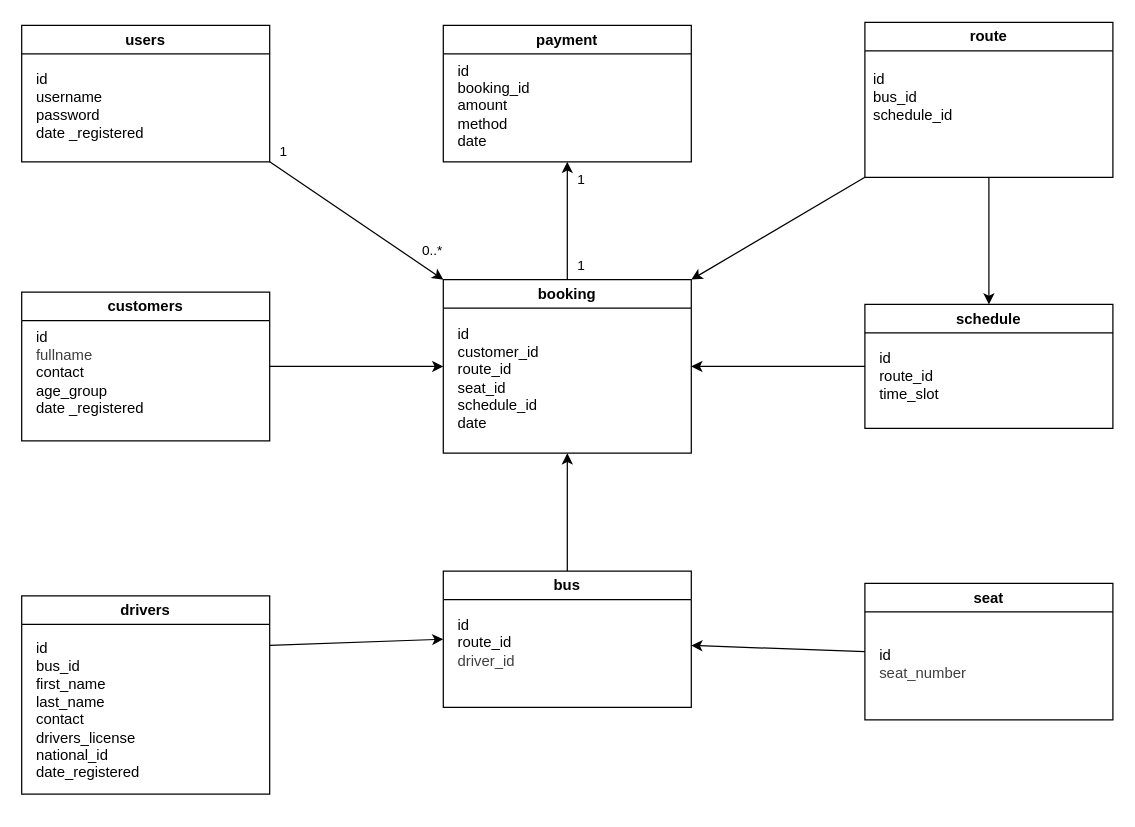
Before: models/fastlane_class_diagram.drawio in Vanessa-176/fastlane, a draw.io diagram. Source tidied: cells renumbered, new cells numbered last; positions are measured from the earlier drawing's top-left corner, leaving out a move shared by most shapes. Both pictures are drawn from the tidied source at 124%, with x=0, y=0 at pixel (21, 22).
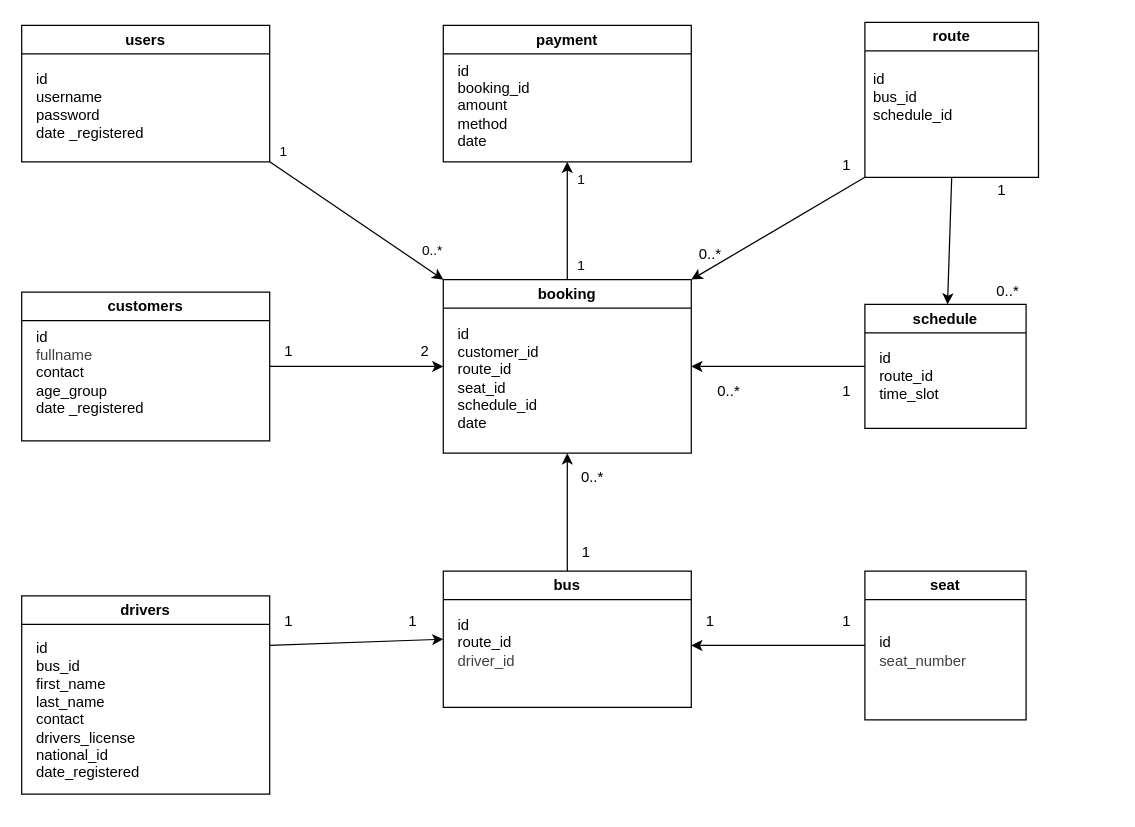
The same page after the edit.

Commit message:
refactor: adjust layout and positioning in fastlane class diagram

Diff of the diagram source:
```diff
@@
     <mxCell id="18" value="schedule" style="swimlane;whiteSpace=wrap;html=1;" parent="1" vertex="1">
-      <mxGeometry x="680" y="227" width="200" height="100" as="geometry" />
+      <mxGeometry x="680" y="227" width="130" height="100" as="geometry" />
     </mxCell>
@@
     <mxCell id="22" value="route" style="swimlane;whiteSpace=wrap;html=1;" parent="1" vertex="1">
-      <mxGeometry x="680" y="-0.5" width="200" height="125" as="geometry" />
+      <mxGeometry x="680" y="-0.5" width="140" height="125" as="geometry" />
     </mxCell>
@@
     <mxCell id="31" value="seat" style="swimlane;whiteSpace=wrap;html=1;" parent="1" vertex="1">
-      <mxGeometry x="680" y="452" width="200" height="110" as="geometry" />
+      <mxGeometry x="680" y="442" width="130" height="120" as="geometry" />
     </mxCell>
@@
+    <mxCell id="33" value="0..*" style="text;html=1;align=center;verticalAlign=middle;strokeColor=none;fillColor=none;" parent="1" vertex="1">
+      <mxGeometry x="535" y="172" width="40" height="30" as="geometry" />
+    </mxCell>
+    <mxCell id="34" value="1" style="text;html=1;align=center;verticalAlign=middle;strokeColor=none;fillColor=none;" parent="1" vertex="1">
+      <mxGeometry x="650" y="100" width="30" height="30" as="geometry" />
+    </mxCell>
+    <mxCell id="35" value="1" style="text;html=1;align=center;verticalAlign=middle;strokeColor=none;fillColor=none;" parent="1" vertex="1">
+      <mxGeometry x="775" y="120" width="30" height="30" as="geometry" />
+    </mxCell>
+    <mxCell id="36" value="0..*" style="text;html=1;align=center;verticalAlign=middle;strokeColor=none;fillColor=none;" parent="1" vertex="1">
+      <mxGeometry x="775" y="202" width="40" height="30" as="geometry" />
+    </mxCell>
+    <mxCell id="37" value="1" style="text;html=1;align=center;verticalAlign=middle;strokeColor=none;fillColor=none;" parent="1" vertex="1">
+      <mxGeometry x="650" y="282" width="30" height="30" as="geometry" />
+    </mxCell>
+    <mxCell id="38" value="0..*" style="text;html=1;align=center;verticalAlign=middle;strokeColor=none;fillColor=none;" parent="1" vertex="1">
+      <mxGeometry x="550" y="282" width="40" height="30" as="geometry" />
+    </mxCell>
+    <mxCell id="39" value="1" style="text;html=1;align=center;verticalAlign=middle;strokeColor=none;fillColor=none;" parent="1" vertex="1">
+      <mxGeometry x="440" y="412" width="30" height="30" as="geometry" />
+    </mxCell>
+    <mxCell id="40" value="0..*" style="text;html=1;align=center;verticalAlign=middle;strokeColor=none;fillColor=none;" parent="1" vertex="1">
+      <mxGeometry x="440" y="352" width="40" height="30" as="geometry" />
+    </mxCell>
+    <mxCell id="41" value="1" style="text;html=1;align=center;verticalAlign=middle;strokeColor=none;fillColor=none;" parent="1" vertex="1">
+      <mxGeometry x="650" y="467.5" width="30" height="30" as="geometry" />
+    </mxCell>
+    <mxCell id="42" value="1" style="text;html=1;align=center;verticalAlign=middle;strokeColor=none;fillColor=none;" parent="1" vertex="1">
+      <mxGeometry x="540" y="467.5" width="30" height="30" as="geometry" />
+    </mxCell>
+    <mxCell id="43" value="1" style="text;html=1;align=center;verticalAlign=middle;strokeColor=none;fillColor=none;" parent="1" vertex="1">
+      <mxGeometry x="300" y="467.5" width="30" height="30" as="geometry" />
+    </mxCell>
+    <mxCell id="44" value="1" style="text;html=1;align=center;verticalAlign=middle;strokeColor=none;fillColor=none;" parent="1" vertex="1">
+      <mxGeometry x="200" y="467.5" width="30" height="30" as="geometry" />
+    </mxCell>
+    <mxCell id="45" value="1" style="text;html=1;align=center;verticalAlign=middle;strokeColor=none;fillColor=none;" parent="1" vertex="1">
+      <mxGeometry x="200" y="249.5" width="30" height="30" as="geometry" />
+    </mxCell>
+    <mxCell id="46" value="2" style="text;html=1;align=center;verticalAlign=middle;strokeColor=none;fillColor=none;" parent="1" vertex="1">
+      <mxGeometry x="310" y="249.5" width="30" height="30" as="geometry" />
+    </mxCell>
```
